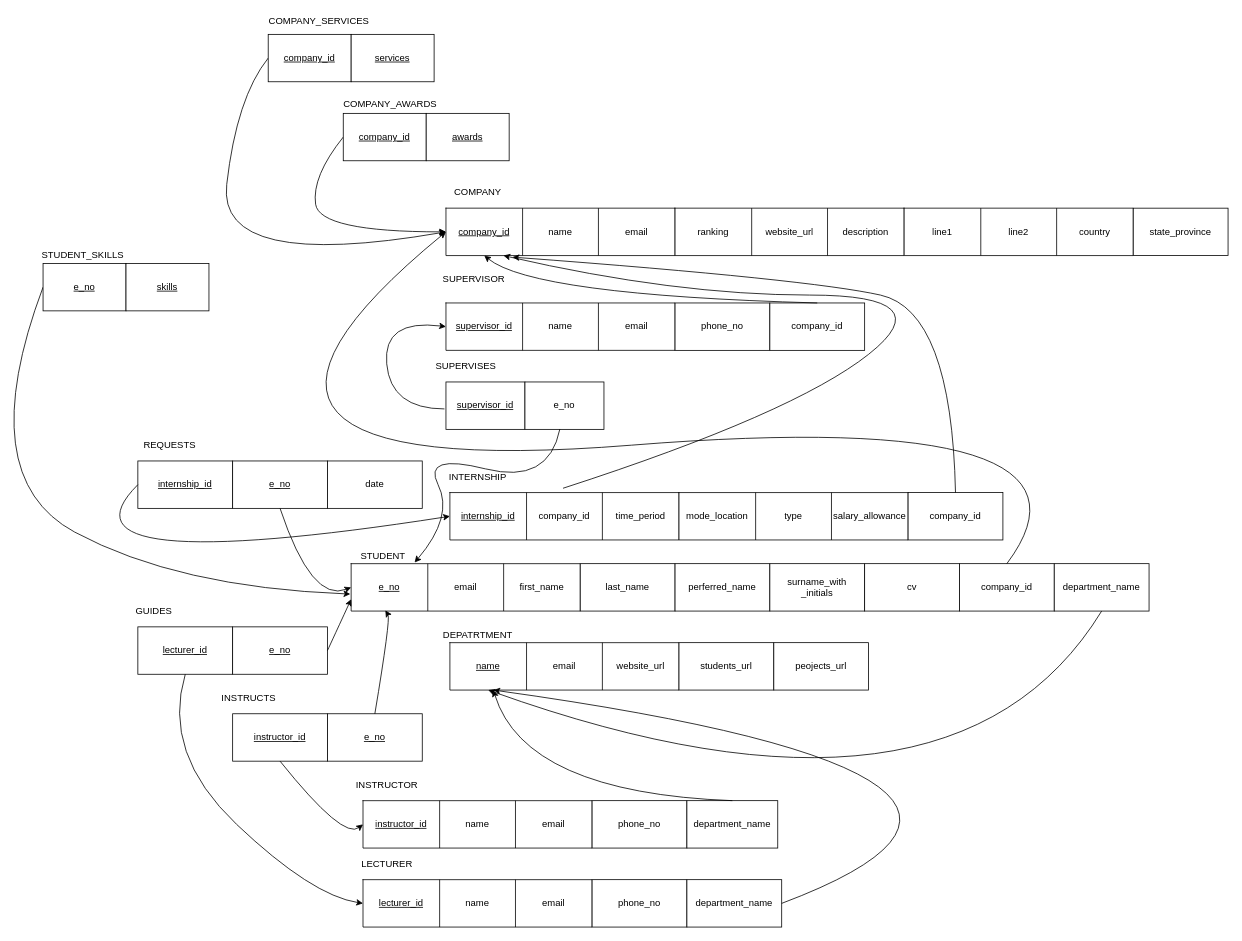
Before: ER Diagram/Relational_schema_diagram.drawio in ishanfdo18098/CO226-Database-Project, a draw.io diagram. Source tidied: cells renumbered, new cells numbered last; positions are measured from the earlier drawing's top-left corner, leaving out a move shared by most shapes. Both pictures are drawn from the tidied source at 79%, with x=0, y=0 at pixel (-28, 13).
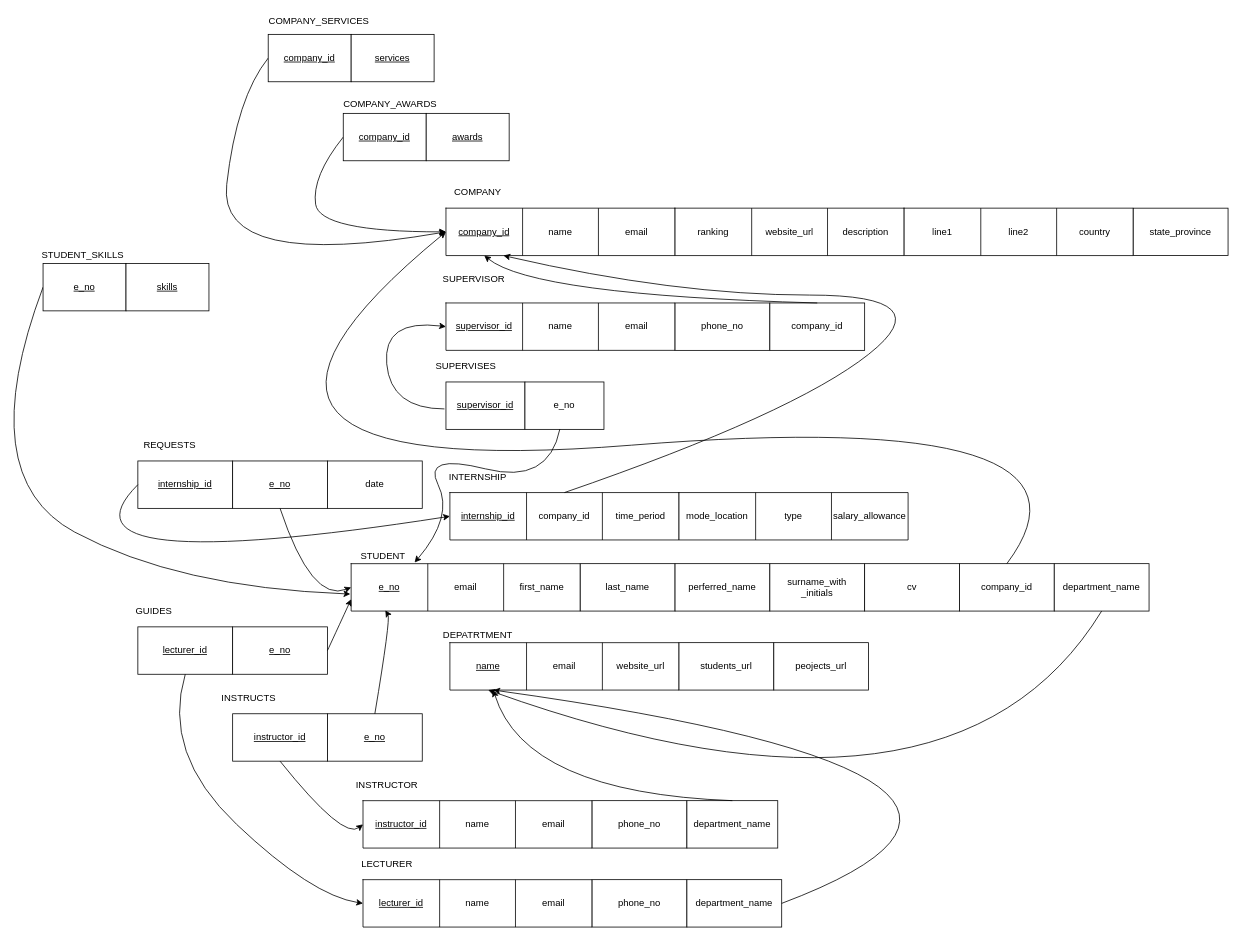
The same page after the edit.

Unchanged cells that the change refers to:
```xml
<mxCell id="4" value="&lt;u&gt;company_id&lt;/u&gt;" style="shape=partialRectangle;html=1;whiteSpace=wrap;fillColor=none;top=0;left=0;bottom=0;right=0;overflow=hidden;" parent="3" vertex="1">
  <mxGeometry width="97" height="60" as="geometry" />
</mxCell>
<mxCell id="31" value="company_id" style="shape=partialRectangle;html=1;whiteSpace=wrap;fillColor=none;top=0;left=0;bottom=0;right=0;overflow=hidden;" parent="29" vertex="1">
  <mxGeometry x="97" width="96" height="60" as="geometry" />
</mxCell>
```

Diff of the diagram source:
```diff
@@
-    <mxCell id="71" value="company_id" style="rounded=0;whiteSpace=wrap;html=1;" parent="1" vertex="1">
-      <mxGeometry x="1185" y="606" width="120" height="60" as="geometry" />
-    </mxCell>
-    <mxCell id="72" style="curved=1;endArrow=classic;html=1;rounded=0;exitX=0.5;exitY=0;exitDx=0;exitDy=0;entryX=0.869;entryY=1.033;entryDx=0;entryDy=0;entryPerimeter=0;" parent="1" edge="1" source="71" target="4">
-      <mxGeometry relative="1" as="geometry">
-        <Array as="points">
-          <mxPoint x="1240" y="376" />
-          <mxPoint x="1060" y="336" />
-        </Array>
-      </mxGeometry>
-    </mxCell>
@@
-    <mxCell id="117" style="curved=1;endArrow=classic;html=1;rounded=0;exitX=0.481;exitY=-0.091;exitDx=0;exitDy=0;exitPerimeter=0;entryX=0.75;entryY=1;entryDx=0;entryDy=0;" parent="1" edge="1" source="31" target="4">
+    <mxCell id="117" style="curved=1;endArrow=classic;html=1;rounded=0;exitX=0.5;exitY=0;exitDx=0;exitDy=0;entryX=0.75;entryY=1;entryDx=0;entryDy=0;" parent="1" edge="1" source="31" target="4">
       <mxGeometry relative="1" as="geometry">
         <Array as="points">
           <mxPoint x="1040" y="506" />
           <mxPoint x="1230" y="356" />
           <mxPoint x="890" y="356" />
         </Array>
       </mxGeometry>
     </mxCell>
```
